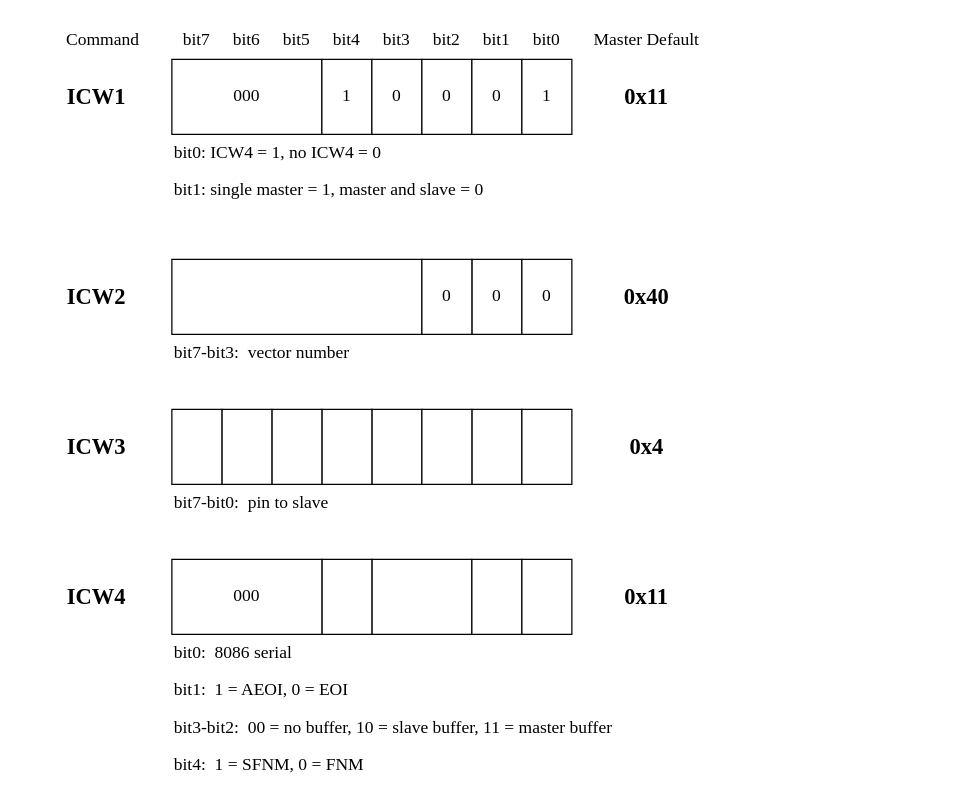
This is 8259.drawio from satadriver/essay, a draw.io file, before an edit. Source tidied: cells renumbered, new cells numbered last; positions are measured from the earlier drawing's top-left corner, leaving out a move shared by most shapes. Both pictures are drawn from the tidied source at 125%, with x=0, y=0 at pixel (21, 21).
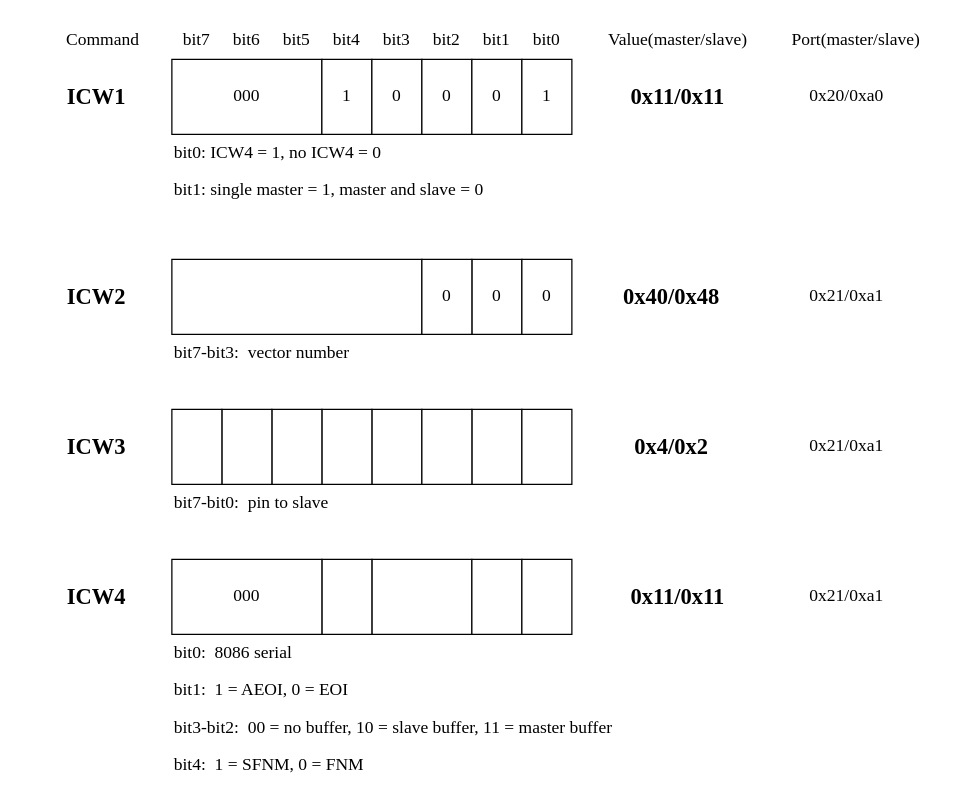
The same page after the edit.

What changed in the source:
```diff
@@
-    <mxCell id="45" value="&lt;font style=&quot;font-size: 18px;&quot;&gt;&lt;b&gt;0x11&lt;/b&gt;&lt;/font&gt;" style="text;html=1;whiteSpace=wrap;strokeColor=none;fillColor=none;align=center;verticalAlign=middle;rounded=0;fontFamily=Times New Roman;fontSize=14;" parent="1" vertex="1">
-      <mxGeometry x="440" y="30" width="120" height="60" as="geometry" />
+    <mxCell id="45" value="&lt;font style=&quot;font-size: 18px;&quot;&gt;&lt;b&gt;0x11/0x11&lt;/b&gt;&lt;/font&gt;" style="text;html=1;whiteSpace=wrap;strokeColor=none;fillColor=none;align=center;verticalAlign=middle;rounded=0;fontFamily=Times New Roman;fontSize=14;" parent="1" vertex="1">
+      <mxGeometry x="465" y="30" width="120" height="60" as="geometry" />
     </mxCell>
-    <mxCell id="46" value="&lt;font style=&quot;font-size: 18px;&quot;&gt;&lt;b&gt;0x40&lt;/b&gt;&lt;/font&gt;" style="text;html=1;whiteSpace=wrap;strokeColor=none;fillColor=none;align=center;verticalAlign=middle;rounded=0;fontFamily=Times New Roman;fontSize=14;" parent="1" vertex="1">
-      <mxGeometry x="440" y="190" width="120" height="60" as="geometry" />
+    <mxCell id="46" value="&lt;font style=&quot;font-size: 18px;&quot;&gt;&lt;b&gt;0x40/0x48&lt;/b&gt;&lt;/font&gt;" style="text;html=1;whiteSpace=wrap;strokeColor=none;fillColor=none;align=center;verticalAlign=middle;rounded=0;fontFamily=Times New Roman;fontSize=14;" parent="1" vertex="1">
+      <mxGeometry x="460" y="190" width="120" height="60" as="geometry" />
     </mxCell>
-    <mxCell id="47" value="&lt;font style=&quot;font-size: 18px;&quot;&gt;&lt;b&gt;0x4&lt;/b&gt;&lt;/font&gt;" style="text;html=1;whiteSpace=wrap;strokeColor=none;fillColor=none;align=center;verticalAlign=middle;rounded=0;fontFamily=Times New Roman;fontSize=14;" parent="1" vertex="1">
-      <mxGeometry x="440" y="310" width="120" height="60" as="geometry" />
+    <mxCell id="47" value="&lt;font style=&quot;font-size: 18px;&quot;&gt;&lt;b&gt;0x4/0x2&lt;/b&gt;&lt;/font&gt;" style="text;html=1;whiteSpace=wrap;strokeColor=none;fillColor=none;align=center;verticalAlign=middle;rounded=0;fontFamily=Times New Roman;fontSize=14;" parent="1" vertex="1">
+      <mxGeometry x="460" y="310" width="120" height="60" as="geometry" />
     </mxCell>
-    <mxCell id="48" value="&lt;font style=&quot;font-size: 18px;&quot;&gt;&lt;b&gt;0x11&lt;/b&gt;&lt;/font&gt;" style="text;html=1;whiteSpace=wrap;strokeColor=none;fillColor=none;align=center;verticalAlign=middle;rounded=0;fontFamily=Times New Roman;fontSize=14;" parent="1" vertex="1">
-      <mxGeometry x="440" y="430" width="120" height="60" as="geometry" />
+    <mxCell id="48" value="&lt;font style=&quot;font-size: 18px;&quot;&gt;&lt;b&gt;0x11/0x11&lt;/b&gt;&lt;/font&gt;" style="text;html=1;whiteSpace=wrap;strokeColor=none;fillColor=none;align=center;verticalAlign=middle;rounded=0;fontFamily=Times New Roman;fontSize=14;" parent="1" vertex="1">
+      <mxGeometry x="465" y="430" width="120" height="60" as="geometry" />
     </mxCell>
-    <mxCell id="49" value="&lt;font&gt;Master Default&lt;/font&gt;" style="text;html=1;whiteSpace=wrap;strokeColor=none;fillColor=none;align=center;verticalAlign=middle;rounded=0;fontFamily=Times New Roman;fontSize=14;" parent="1" vertex="1">
-      <mxGeometry x="450" width="100" height="30" as="geometry" />
+    <mxCell id="49" value="&lt;font&gt;Value(master/slave)&lt;/font&gt;" style="text;html=1;whiteSpace=wrap;strokeColor=none;fillColor=none;align=center;verticalAlign=middle;rounded=0;fontFamily=Times New Roman;fontSize=14;" parent="1" vertex="1">
+      <mxGeometry x="450" width="150" height="30" as="geometry" />
     </mxCell>
@@
+    <mxCell id="51" value="&lt;font&gt;Port(master/slave)&lt;/font&gt;" style="text;html=1;whiteSpace=wrap;strokeColor=none;fillColor=none;align=center;verticalAlign=middle;rounded=0;fontFamily=Times New Roman;fontSize=14;" parent="1" vertex="1">
+      <mxGeometry x="600" width="135" height="30" as="geometry" />
+    </mxCell>
+    <mxCell id="52" value="0x20/0xa0" style="text;html=1;whiteSpace=wrap;strokeColor=none;fillColor=none;align=center;verticalAlign=middle;rounded=0;fontFamily=Times New Roman;fontSize=14;" parent="1" vertex="1">
+      <mxGeometry x="600" y="30" width="120" height="60" as="geometry" />
+    </mxCell>
+    <mxCell id="53" value="0x21/0xa1" style="text;html=1;whiteSpace=wrap;strokeColor=none;fillColor=none;align=center;verticalAlign=middle;rounded=0;fontFamily=Times New Roman;fontSize=14;" parent="1" vertex="1">
+      <mxGeometry x="600" y="190" width="120" height="60" as="geometry" />
+    </mxCell>
+    <mxCell id="54" value="0x21/0xa1" style="text;html=1;whiteSpace=wrap;strokeColor=none;fillColor=none;align=center;verticalAlign=middle;rounded=0;fontFamily=Times New Roman;fontSize=14;" parent="1" vertex="1">
+      <mxGeometry x="600" y="310" width="120" height="60" as="geometry" />
+    </mxCell>
+    <mxCell id="55" value="0x21/0xa1" style="text;html=1;whiteSpace=wrap;strokeColor=none;fillColor=none;align=center;verticalAlign=middle;rounded=0;fontFamily=Times New Roman;fontSize=14;" parent="1" vertex="1">
+      <mxGeometry x="600" y="430" width="120" height="60" as="geometry" />
+    </mxCell>
```
